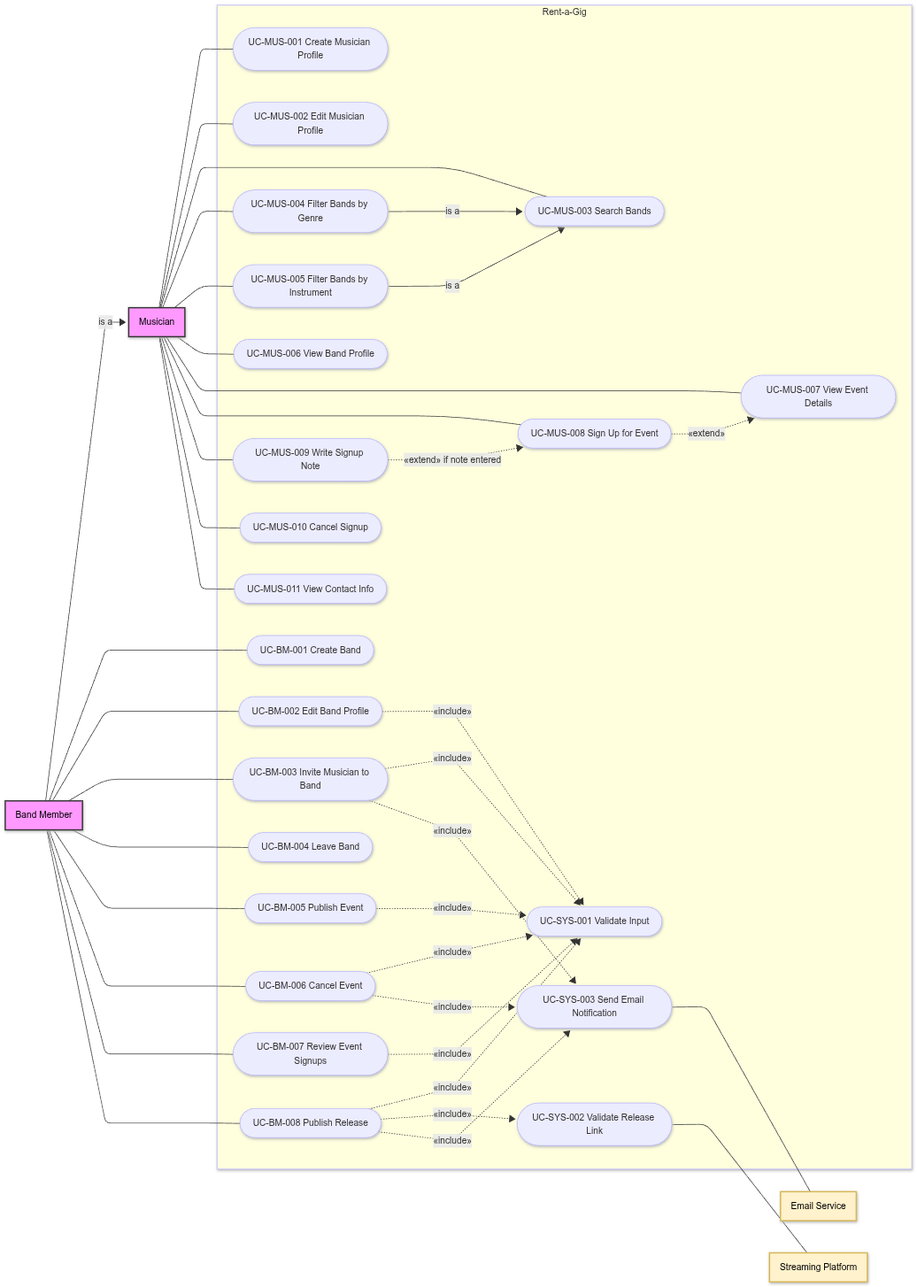
therealsunfl0wer/SMRA-labs keeps this Mermaid diagram as 2-use-case/useCase.png. Above is the earlier version. Its source is kept beside it as 2-use-case/useCase.mmd.
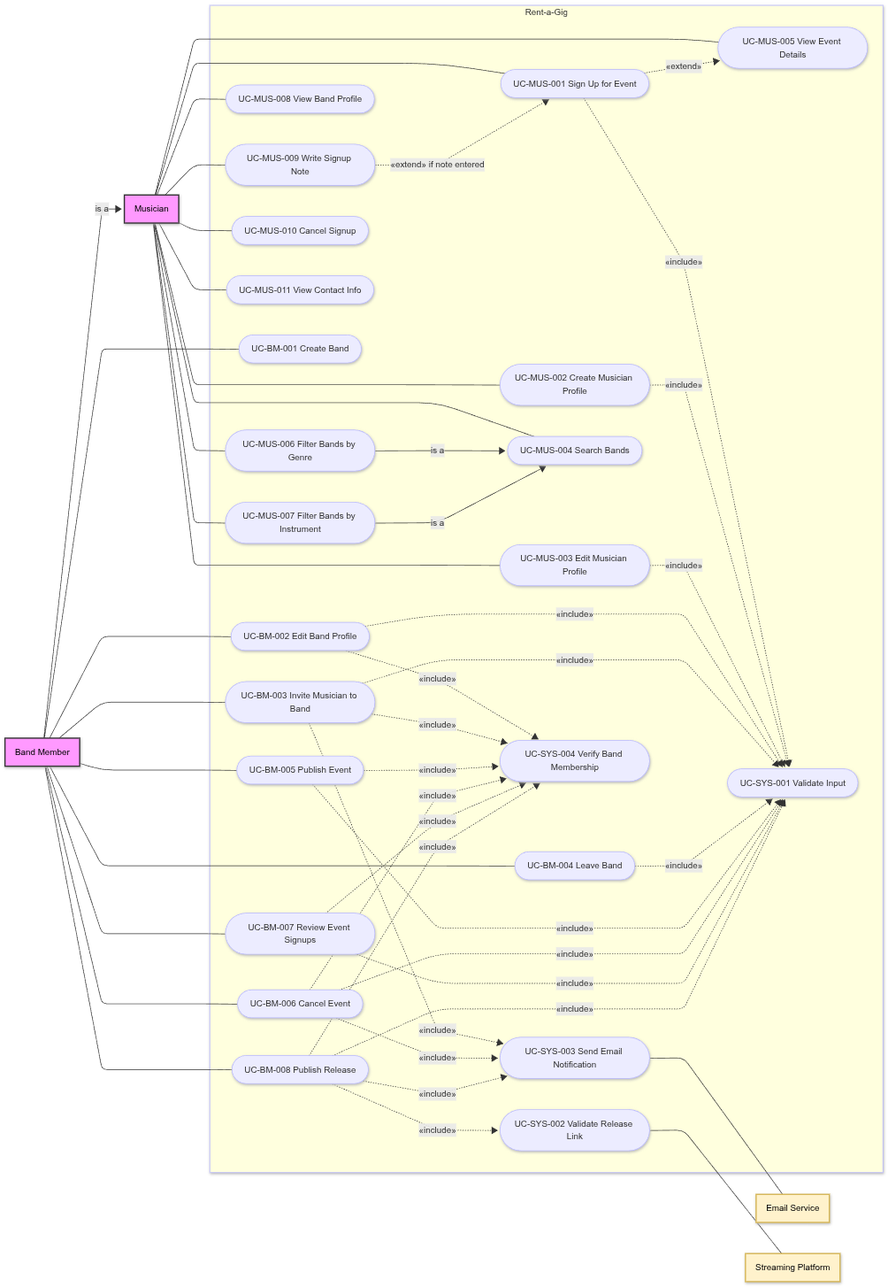
After the change.

Commit message:
ai: fix actors, relations and diagram

Diff of the diagram source:
```diff
@@ -1,79 +1,91 @@
 flowchart LR
-  Musician["Musician"]:::actor
-  BandMember["Band Member"]:::actor
-  EmailService["Email Service"]:::external
-  StreamingPlatform["Streaming Platform"]:::external
+Musician["Musician"]:::actor
+BandMember["Band Member"]:::actor
+EmailService["Email Service"]:::external
+StreamingPlatform["Streaming Platform"]:::external
 
-  BandMember -->|"is a"| Musician
+BandMember -->|"is a"| Musician
 
-  subgraph RentAGig["Rent-a-Gig"]
-    UC_MUS_001(["UC-MUS-001 Create Musician Profile"])
-    UC_MUS_002(["UC-MUS-002 Edit Musician Profile"])
-    UC_MUS_003(["UC-MUS-003 Search Bands"])
-    UC_MUS_004(["UC-MUS-004 Filter Bands by Genre"])
-    UC_MUS_005(["UC-MUS-005 Filter Bands by Instrument"])
-    UC_MUS_006(["UC-MUS-006 View Band Profile"])
-    UC_MUS_007(["UC-MUS-007 View Event Details"])
-    UC_MUS_008(["UC-MUS-008 Sign Up for Event"])
-    UC_MUS_009(["UC-MUS-009 Write Signup Note"])
-    UC_MUS_010(["UC-MUS-010 Cancel Signup"])
-    UC_MUS_011(["UC-MUS-011 View Contact Info"])
+subgraph RentAGig["Rent-a-Gig"]
+UC_MUS_001(["UC-MUS-001 Sign Up for Event"])
+UC_MUS_002(["UC-MUS-002 Create Musician Profile"])
+UC_MUS_003(["UC-MUS-003 Edit Musician Profile"])
+UC_MUS_004(["UC-MUS-004 Search Bands"])
+UC_MUS_005(["UC-MUS-005 View Event Details"])
+UC_MUS_006(["UC-MUS-006 Filter Bands by Genre"])
+UC_MUS_007(["UC-MUS-007 Filter Bands by Instrument"])
+UC_MUS_008(["UC-MUS-008 View Band Profile"])
+UC_MUS_009(["UC-MUS-009 Write Signup Note"])
+UC_MUS_010(["UC-MUS-010 Cancel Signup"])
+UC_MUS_011(["UC-MUS-011 View Contact Info"])
 
-    UC_BM_001(["UC-BM-001 Create Band"])
-    UC_BM_002(["UC-BM-002 Edit Band Profile"])
-    UC_BM_003(["UC-BM-003 Invite Musician to Band"])
-    UC_BM_004(["UC-BM-004 Leave Band"])
-    UC_BM_005(["UC-BM-005 Publish Event"])
-    UC_BM_006(["UC-BM-006 Cancel Event"])
-    UC_BM_007(["UC-BM-007 Review Event Signups"])
-    UC_BM_008(["UC-BM-008 Publish Release"])
+UC_BM_001(["UC-BM-001 Create Band"])
+UC_BM_002(["UC-BM-002 Edit Band Profile"])
+UC_BM_003(["UC-BM-003 Invite Musician to Band"])
+UC_BM_004(["UC-BM-004 Leave Band"])
+UC_BM_005(["UC-BM-005 Publish Event"])
+UC_BM_006(["UC-BM-006 Cancel Event"])
+UC_BM_007(["UC-BM-007 Review Event Signups"])
+UC_BM_008(["UC-BM-008 Publish Release"])
 
-    UC_SYS_001(["UC-SYS-001 Validate Input"])
-    UC_SYS_002(["UC-SYS-002 Validate Release Link"])
-    UC_SYS_003(["UC-SYS-003 Send Email Notification"])
-  end
+UC_SYS_001(["UC-SYS-001 Validate Input"])
+UC_SYS_002(["UC-SYS-002 Validate Release Link"])
+UC_SYS_003(["UC-SYS-003 Send Email Notification"])
+UC_SYS_004(["UC-SYS-004 Verify Band Membership"])
+end
 
-  Musician --- UC_MUS_001
-  Musician --- UC_MUS_002
-  Musician --- UC_MUS_003
-  Musician --- UC_MUS_004
-  Musician --- UC_MUS_005
-  Musician --- UC_MUS_006
-  Musician --- UC_MUS_007
-  Musician --- UC_MUS_008
-  Musician --- UC_MUS_009
-  Musician --- UC_MUS_010
-  Musician --- UC_MUS_011
+Musician --- UC_MUS_001
+Musician --- UC_MUS_002
+Musician --- UC_MUS_003
+Musician --- UC_MUS_004
+Musician --- UC_MUS_005
+Musician --- UC_MUS_006
+Musician --- UC_MUS_007
+Musician --- UC_MUS_008
+Musician --- UC_MUS_009
+Musician --- UC_MUS_010
+Musician --- UC_MUS_011
 
-  BandMember --- UC_BM_001
-  BandMember --- UC_BM_002
-  BandMember --- UC_BM_003
-  BandMember --- UC_BM_004
-  BandMember --- UC_BM_005
-  BandMember --- UC_BM_006
-  BandMember --- UC_BM_007
-  BandMember --- UC_BM_008
+BandMember --- UC_BM_001
+BandMember --- UC_BM_002
+BandMember --- UC_BM_003
+BandMember --- UC_BM_004
+BandMember --- UC_BM_005
+BandMember --- UC_BM_006
+BandMember --- UC_BM_007
+BandMember --- UC_BM_008
 
-  UC_MUS_004 -->|"is a"| UC_MUS_003
-  UC_MUS_005 -->|"is a"| UC_MUS_003
+UC_MUS_006 -->|"is a"| UC_MUS_004
+UC_MUS_007 -->|"is a"| UC_MUS_004
 
-  UC_BM_002 -.->|"«include»"| UC_SYS_001
-  UC_BM_003 -.->|"«include»"| UC_SYS_001
-  UC_BM_005 -.->|"«include»"| UC_SYS_001
-  UC_BM_006 -.->|"«include»"| UC_SYS_001
-  UC_BM_007 -.->|"«include»"| UC_SYS_001
-  UC_BM_008 -.->|"«include»"| UC_SYS_001
-  UC_BM_003 -.->|"«include»"| UC_SYS_003
-  UC_BM_006 -.->|"«include»"| UC_SYS_003
-  UC_BM_008 -.->|"«include»"| UC_SYS_002
-  UC_BM_008 -.->|"«include»"| UC_SYS_003
+UC_MUS_001 -.->|"«include»"| UC_SYS_001
+UC_MUS_002 -.->|"«include»"| UC_SYS_001
+UC_MUS_003 -.->|"«include»"| UC_SYS_001
 
-  UC_MUS_008 -.->|"«extend»"| UC_MUS_007
-  UC_MUS_009 -.->|"«extend» if note entered"| UC_MUS_008
+UC_BM_002 -.->|"«include»"| UC_SYS_001
+UC_BM_002 -.->|"«include»"| UC_SYS_004
+UC_BM_003 -.->|"«include»"| UC_SYS_001
+UC_BM_003 -.->|"«include»"| UC_SYS_003
+UC_BM_003 -.->|"«include»"| UC_SYS_004
+UC_BM_004 -.->|"«include»"| UC_SYS_001
+UC_BM_005 -.->|"«include»"| UC_SYS_001
+UC_BM_005 -.->|"«include»"| UC_SYS_004
+UC_BM_006 -.->|"«include»"| UC_SYS_001
+UC_BM_006 -.->|"«include»"| UC_SYS_003
+UC_BM_006 -.->|"«include»"| UC_SYS_004
+UC_BM_007 -.->|"«include»"| UC_SYS_001
+UC_BM_007 -.->|"«include»"| UC_SYS_004
+UC_BM_008 -.->|"«include»"| UC_SYS_001
+UC_BM_008 -.->|"«include»"| UC_SYS_002
+UC_BM_008 -.->|"«include»"| UC_SYS_003
+UC_BM_008 -.->|"«include»"| UC_SYS_004
 
-  UC_SYS_003 --- EmailService
-  UC_SYS_002 --- StreamingPlatform
+UC_MUS_001 -.->|"«extend»"| UC_MUS_005
+UC_MUS_009 -.->|"«extend» if note entered"| UC_MUS_001
 
-  classDef actor fill:#f9f,stroke:#333,stroke-width:2px,color:#000
-  classDef usecase fill:#e6f7ff,stroke:#46b8da,stroke-width:2px,color:#000
-  classDef external fill:#fff2cc,stroke:#d6b656,stroke-width:2px,color:#000
+UC_SYS_002 --- StreamingPlatform
+UC_SYS_003 --- EmailService
+
+classDef actor fill:#f9f,stroke:#333,stroke-width:2px,color:#000
+classDef usecase fill:#e6f7ff,stroke:#46b8da,stroke-width:2px,color:#000
+classDef external fill:#fff2cc,stroke:#d6b656,stroke-width:2px,color:#000
```
